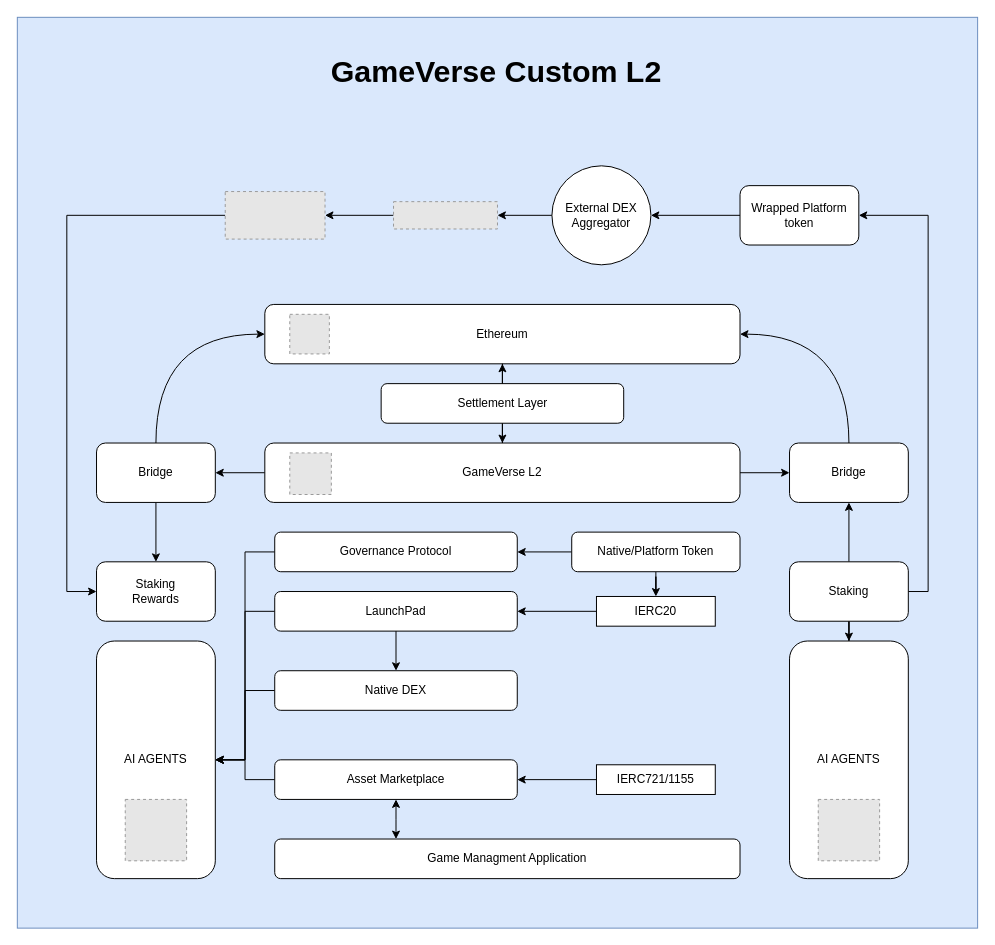
Before: GameVerse.drawio in ali-05-ahmed/Concept-Diagrams, a draw.io diagram. Source tidied: cells renumbered, new cells numbered last; positions are measured from the earlier drawing's top-left corner, leaving out a move shared by most shapes. Both pictures are drawn from the tidied source at 99%, with x=0, y=0 at pixel (17, 17). Pictures stored in the file or linked from it are replaced by grey dashed boxes.
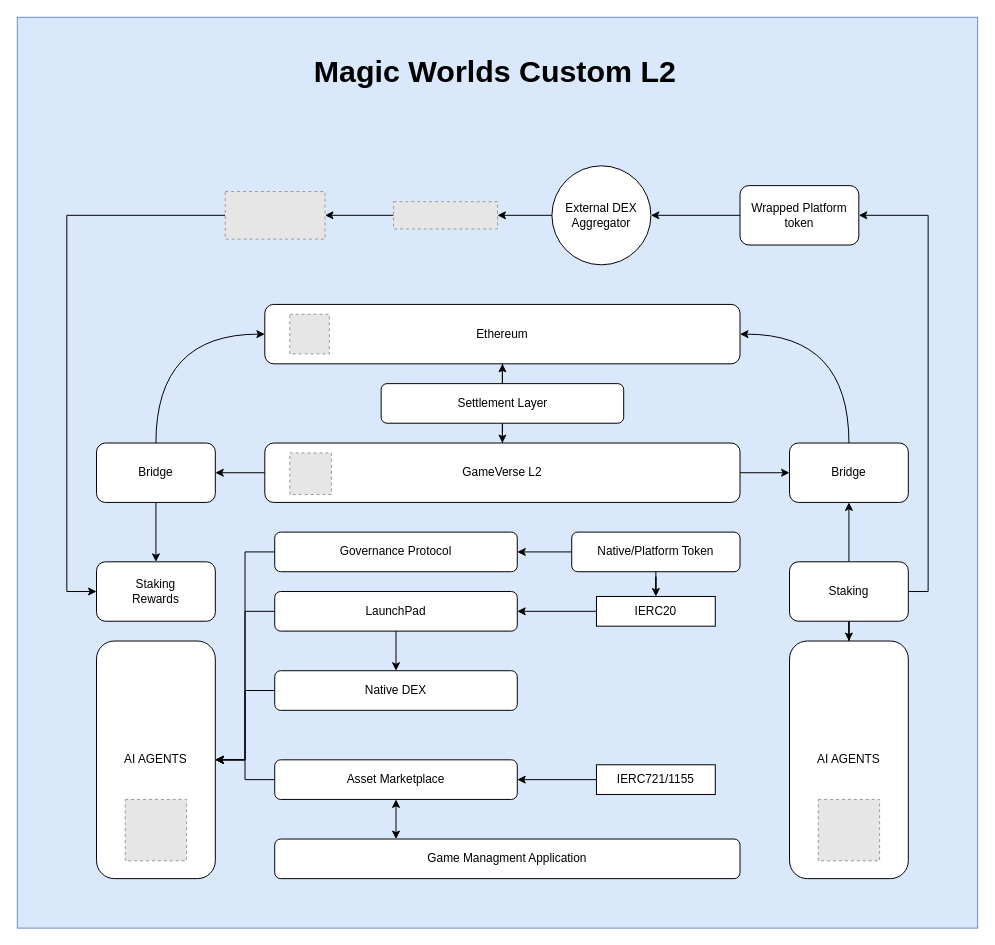
The same page after the edit.

What changed in the source:
```diff
@@
-    <mxCell id="48" value="&lt;b style=&quot;font-weight:normal;&quot; id=&quot;docs-internal-guid-866513f7-7fff-3db3-85d0-8d9fd93c1c82&quot;&gt;&lt;span style=&quot;font-size: 23pt; font-family: Arial, sans-serif; color: rgb(0, 0, 0); background-color: transparent; font-weight: 700; font-style: normal; font-variant: normal; text-decoration: none; vertical-align: baseline; white-space: pre-wrap;&quot;&gt;GameVerse &lt;/span&gt;&lt;/b&gt;&lt;span id=&quot;docs-internal-guid-a686ddf6-7fff-62c6-3b3d-a6190a710bba&quot;&gt;&lt;span style=&quot;font-size: 23pt; font-family: Arial, sans-serif; background-color: transparent; font-weight: 700; font-variant-numeric: normal; font-variant-east-asian: normal; font-variant-alternates: normal; font-variant-position: normal; font-variant-emoji: normal; vertical-align: baseline; white-space-collapse: preserve;&quot;&gt;Custom L2&lt;/span&gt;&lt;/span&gt;" style="text;whiteSpace=wrap;html=1;" parent="1" vertex="1">
-      <mxGeometry x="315.2" y="30" width="339.6" height="60" as="geometry" />
+    <mxCell id="48" value="&lt;b style=&quot;font-weight:normal;&quot; id=&quot;docs-internal-guid-866513f7-7fff-3db3-85d0-8d9fd93c1c82&quot;&gt;&lt;span style=&quot;font-size: 23pt; font-family: Arial, sans-serif; color: rgb(0, 0, 0); background-color: transparent; font-weight: 700; font-style: normal; font-variant: normal; text-decoration: none; vertical-align: baseline; white-space: pre-wrap;&quot;&gt;&lt;span id=&quot;docs-internal-guid-f3837643-7fff-dcf6-fa33-f3b130a65bbf&quot; style=&quot;font-weight:normal;&quot;&gt;&lt;span style=&quot;font-size: 23pt; background-color: transparent; font-weight: 700; font-variant-numeric: normal; font-variant-east-asian: normal; font-variant-alternates: normal; font-variant-position: normal; font-variant-emoji: normal; vertical-align: baseline;&quot;&gt;Magic Worlds&lt;/span&gt;&lt;/span&gt; &lt;/span&gt;&lt;/b&gt;&lt;span id=&quot;docs-internal-guid-a686ddf6-7fff-62c6-3b3d-a6190a710bba&quot;&gt;&lt;span style=&quot;font-size: 23pt; font-family: Arial, sans-serif; background-color: transparent; font-weight: 700; font-variant-numeric: normal; font-variant-east-asian: normal; font-variant-alternates: normal; font-variant-position: normal; font-variant-emoji: normal; vertical-align: baseline; white-space-collapse: preserve;&quot;&gt;Custom L2&lt;/span&gt;&lt;/span&gt;" style="text;whiteSpace=wrap;html=1;" parent="1" vertex="1">
+      <mxGeometry x="297.7" y="30" width="374.6" height="60" as="geometry" />
     </mxCell>
```
